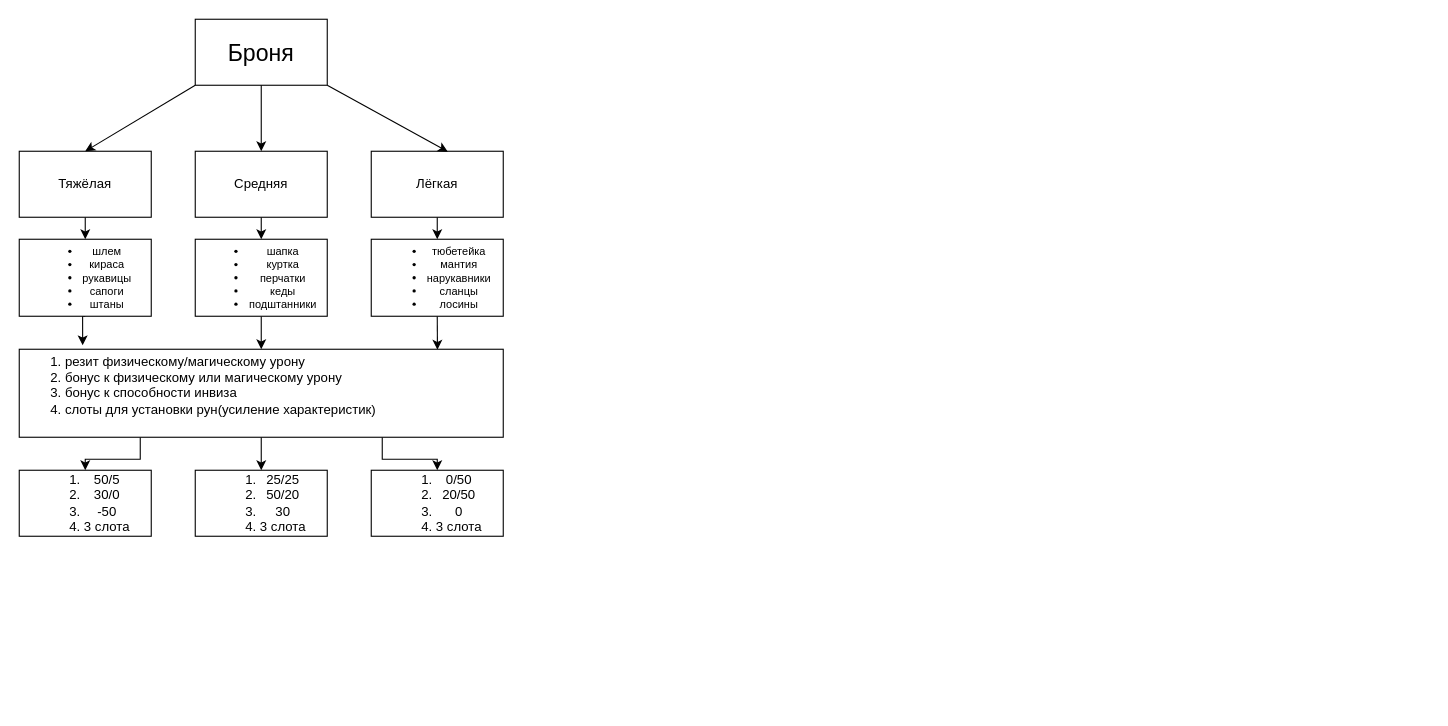
PhoenixVRN/Mafia keeps this draw.io diagram as page "Armor" (7 of 7) of Architecture.drawio. Above is the earlier version. Source tidied: cells renumbered, new cells numbered last; positions are measured from the earlier drawing's top-left corner, leaving out a move shared by most shapes. Both pictures are drawn from the tidied source at 110%, with x=0, y=0 at pixel (19, 19).
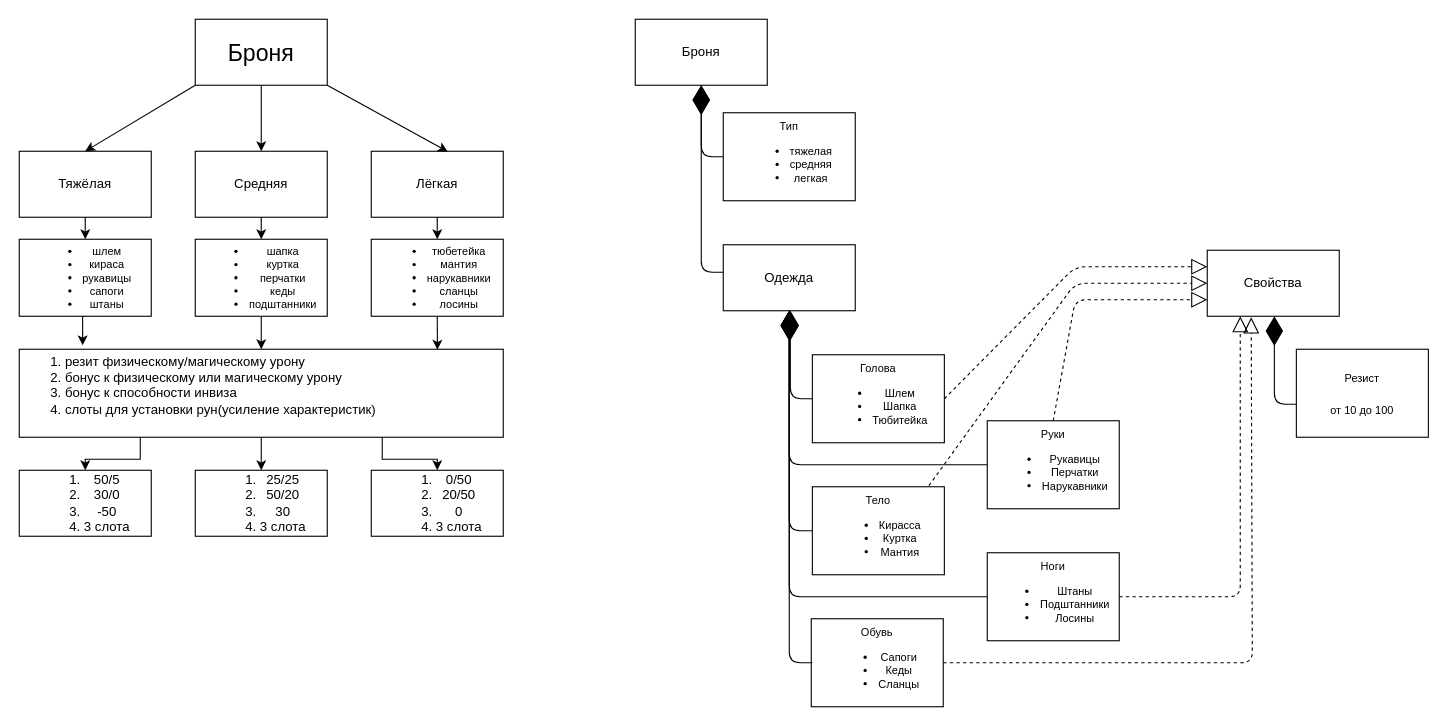
The same page after the edit.

Diff of the diagram source:
```diff
@@
+    <mxCell id="25" value="Броня" style="rounded=0;whiteSpace=wrap;html=1;" parent="1" vertex="1">
+      <mxGeometry x="560" width="120" height="60" as="geometry" />
+    </mxCell>
+    <mxCell id="26" value="&lt;div&gt;&lt;span style=&quot;font-size: 10px&quot;&gt;Тип&lt;/span&gt;&lt;/div&gt;&lt;ul style=&quot;font-size: 10px&quot;&gt;&lt;li&gt;тяжелая&lt;/li&gt;&lt;li&gt;средняя&lt;/li&gt;&lt;li&gt;легкая&lt;/li&gt;&lt;/ul&gt;" style="rounded=0;whiteSpace=wrap;html=1;" parent="1" vertex="1">
+      <mxGeometry x="640" y="85" width="120" height="80" as="geometry" />
+    </mxCell>
+    <mxCell id="27" style="endArrow=diamondThin;endFill=1;endSize=24;html=1;entryX=0.5;entryY=1;entryDx=0;entryDy=0;exitX=0;exitY=0.5;exitDx=0;exitDy=0;" parent="1" edge="1" source="26" target="25">
+      <mxGeometry relative="1" as="geometry">
+        <Array as="points">
+          <mxPoint x="620" y="125" />
+        </Array>
+      </mxGeometry>
+    </mxCell>
+    <mxCell id="28" value="Одежда" style="rounded=0;whiteSpace=wrap;html=1;" parent="1" vertex="1">
+      <mxGeometry x="640" y="205" width="120" height="60" as="geometry" />
+    </mxCell>
+    <mxCell id="29" value="&lt;div&gt;&lt;span style=&quot;font-size: 10px&quot;&gt;Голова&lt;/span&gt;&lt;/div&gt;&lt;ul style=&quot;font-size: 10px&quot;&gt;&lt;li&gt;Шлем&lt;/li&gt;&lt;li&gt;Шапка&lt;/li&gt;&lt;li&gt;Тюбитейка&lt;/li&gt;&lt;/ul&gt;" style="rounded=0;whiteSpace=wrap;html=1;" parent="1" vertex="1">
+      <mxGeometry x="721" y="305" width="120" height="80" as="geometry" />
+    </mxCell>
+    <mxCell id="30" style="endArrow=diamondThin;endFill=1;endSize=24;html=1;entryX=0.5;entryY=1;entryDx=0;entryDy=0;exitX=0;exitY=0.5;exitDx=0;exitDy=0;" parent="1" edge="1" target="25">
+      <mxGeometry relative="1" as="geometry">
+        <mxPoint x="640" y="230" as="sourcePoint" />
+        <Array as="points">
+          <mxPoint x="620" y="230" />
+        </Array>
+      </mxGeometry>
+    </mxCell>
+    <mxCell id="31" style="endArrow=diamondThin;endFill=1;endSize=24;html=1;entryX=0.5;entryY=1;entryDx=0;entryDy=0;exitX=0;exitY=0.5;exitDx=0;exitDy=0;" parent="1" edge="1" source="29">
+      <mxGeometry relative="1" as="geometry">
+        <mxPoint x="701" y="265" as="targetPoint" />
+        <Array as="points">
+          <mxPoint x="701" y="345" />
+        </Array>
+      </mxGeometry>
+    </mxCell>
+    <mxCell id="32" value="&lt;div&gt;&lt;span style=&quot;font-size: 10px&quot;&gt;Тело&lt;/span&gt;&lt;/div&gt;&lt;ul style=&quot;font-size: 10px&quot;&gt;&lt;li&gt;Кирасса&lt;/li&gt;&lt;li&gt;Куртка&lt;/li&gt;&lt;li&gt;Мантия&lt;/li&gt;&lt;/ul&gt;" style="rounded=0;whiteSpace=wrap;html=1;" parent="1" vertex="1">
+      <mxGeometry x="721" y="425" width="120" height="80" as="geometry" />
+    </mxCell>
+    <mxCell id="33" style="endArrow=diamondThin;endFill=1;endSize=24;html=1;entryX=0.5;entryY=1;entryDx=0;entryDy=0;exitX=0;exitY=0.5;exitDx=0;exitDy=0;" parent="1" edge="1" source="32" target="28">
+      <mxGeometry relative="1" as="geometry">
+        <Array as="points">
+          <mxPoint x="700" y="465" />
+        </Array>
+      </mxGeometry>
+    </mxCell>
+    <mxCell id="34" value="&lt;div&gt;&lt;span style=&quot;font-size: 10px&quot;&gt;Руки&lt;/span&gt;&lt;/div&gt;&lt;ul style=&quot;font-size: 10px&quot;&gt;&lt;li&gt;Рукавицы&lt;/li&gt;&lt;li&gt;Перчатки&lt;/li&gt;&lt;li&gt;Нарукавники&lt;/li&gt;&lt;/ul&gt;" style="rounded=0;whiteSpace=wrap;html=1;" parent="1" vertex="1">
+      <mxGeometry x="880" y="365" width="120" height="80" as="geometry" />
+    </mxCell>
+    <mxCell id="35" value="&lt;div&gt;&lt;span style=&quot;font-size: 10px&quot;&gt;Ноги&lt;/span&gt;&lt;/div&gt;&lt;ul style=&quot;font-size: 10px&quot;&gt;&lt;li&gt;Штаны&lt;/li&gt;&lt;li&gt;Подштанники&lt;/li&gt;&lt;li&gt;Лосины&lt;/li&gt;&lt;/ul&gt;" style="rounded=0;whiteSpace=wrap;html=1;" parent="1" vertex="1">
+      <mxGeometry x="880" y="485" width="120" height="80" as="geometry" />
+    </mxCell>
+    <mxCell id="36" value="&lt;div&gt;&lt;span style=&quot;font-size: 10px&quot;&gt;Обувь&lt;/span&gt;&lt;/div&gt;&lt;ul style=&quot;font-size: 10px&quot;&gt;&lt;li&gt;Сапоги&lt;/li&gt;&lt;li&gt;Кеды&lt;/li&gt;&lt;li&gt;Сланцы&lt;/li&gt;&lt;/ul&gt;" style="rounded=0;whiteSpace=wrap;html=1;" parent="1" vertex="1">
+      <mxGeometry x="720" y="545" width="120" height="80" as="geometry" />
+    </mxCell>
+    <mxCell id="37" style="endArrow=diamondThin;endFill=1;endSize=24;html=1;entryX=0.5;entryY=1;entryDx=0;entryDy=0;exitX=0;exitY=0.5;exitDx=0;exitDy=0;" parent="1" edge="1" source="34" target="28">
+      <mxGeometry relative="1" as="geometry">
+        <Array as="points">
+          <mxPoint x="700" y="405" />
+        </Array>
+      </mxGeometry>
+    </mxCell>
+    <mxCell id="38" style="endArrow=diamondThin;endFill=1;endSize=24;html=1;entryX=0.5;entryY=1;entryDx=0;entryDy=0;exitX=0;exitY=0.5;exitDx=0;exitDy=0;" parent="1" edge="1" target="28">
+      <mxGeometry relative="1" as="geometry">
+        <mxPoint x="880" y="525" as="sourcePoint" />
+        <Array as="points">
+          <mxPoint x="700" y="525" />
+        </Array>
+      </mxGeometry>
+    </mxCell>
+    <mxCell id="39" style="endArrow=diamondThin;endFill=1;endSize=24;html=1;entryX=0.5;entryY=1;entryDx=0;entryDy=0;exitX=0;exitY=0.5;exitDx=0;exitDy=0;" parent="1" edge="1" target="28">
+      <mxGeometry relative="1" as="geometry">
+        <mxPoint x="721" y="585" as="sourcePoint" />
+        <Array as="points">
+          <mxPoint x="700" y="585" />
+        </Array>
+      </mxGeometry>
+    </mxCell>
+    <mxCell id="40" value="Свойства" style="rounded=0;whiteSpace=wrap;html=1;" parent="1" vertex="1">
+      <mxGeometry x="1080" y="210" width="120" height="60" as="geometry" />
+    </mxCell>
+    <mxCell id="41" value="&lt;div&gt;&lt;span style=&quot;font-size: 10px&quot;&gt;Резист&lt;br&gt;&lt;br&gt;от 10 до 100&lt;/span&gt;&lt;/div&gt;" style="rounded=0;whiteSpace=wrap;html=1;" parent="1" vertex="1">
+      <mxGeometry x="1161" y="300" width="120" height="80" as="geometry" />
+    </mxCell>
+    <mxCell id="42" style="endArrow=diamondThin;endFill=1;endSize=24;html=1;entryX=0.5;entryY=1;entryDx=0;entryDy=0;exitX=0;exitY=0.5;exitDx=0;exitDy=0;" parent="1" edge="1">
+      <mxGeometry relative="1" as="geometry">
+        <mxPoint x="1161" y="350" as="sourcePoint" />
+        <mxPoint x="1141" y="270" as="targetPoint" />
+        <Array as="points">
+          <mxPoint x="1141" y="350" />
+        </Array>
+      </mxGeometry>
+    </mxCell>
+    <mxCell id="43" style="endArrow=block;dashed=1;endFill=0;endSize=12;html=1;exitX=1;exitY=0.5;exitDx=0;exitDy=0;entryX=0;entryY=0.25;entryDx=0;entryDy=0;" parent="1" edge="1" source="29" target="40">
+      <mxGeometry relative="1" as="geometry">
+        <Array as="points">
+          <mxPoint x="960" y="225" />
+        </Array>
+      </mxGeometry>
+    </mxCell>
+    <mxCell id="44" style="endArrow=block;dashed=1;endFill=0;endSize=12;html=1;entryX=0;entryY=0.75;entryDx=0;entryDy=0;exitX=0.5;exitY=0;exitDx=0;exitDy=0;" parent="1" edge="1" source="34" target="40">
+      <mxGeometry relative="1" as="geometry">
+        <Array as="points">
+          <mxPoint x="960" y="255" />
+        </Array>
+      </mxGeometry>
+    </mxCell>
+    <mxCell id="45" style="endArrow=block;dashed=1;endFill=0;endSize=12;html=1;exitX=0.883;exitY=-0.012;exitDx=0;exitDy=0;exitPerimeter=0;" parent="1" edge="1" source="32">
+      <mxGeometry relative="1" as="geometry">
+        <mxPoint x="1080" y="240" as="targetPoint" />
+        <Array as="points">
+          <mxPoint x="960" y="240" />
+        </Array>
+      </mxGeometry>
+    </mxCell>
+    <mxCell id="46" style="endArrow=block;dashed=1;endFill=0;endSize=12;html=1;exitX=1;exitY=0.5;exitDx=0;exitDy=0;entryX=0.25;entryY=1;entryDx=0;entryDy=0;" parent="1" edge="1" source="35" target="40">
+      <mxGeometry relative="1" as="geometry">
+        <Array as="points">
+          <mxPoint x="1110" y="525" />
+        </Array>
+      </mxGeometry>
+    </mxCell>
+    <mxCell id="47" style="endArrow=block;dashed=1;endFill=0;endSize=12;html=1;exitX=1;exitY=0.5;exitDx=0;exitDy=0;entryX=0.333;entryY=1.017;entryDx=0;entryDy=0;entryPerimeter=0;" parent="1" edge="1" source="36" target="40">
+      <mxGeometry relative="1" as="geometry">
+        <Array as="points">
+          <mxPoint x="1121" y="585" />
+        </Array>
+      </mxGeometry>
+    </mxCell>
```
